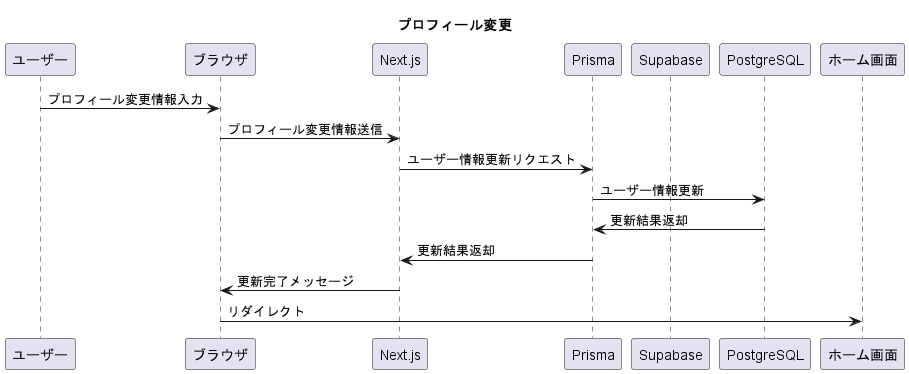
Before: uml/out/angerLog/funcProfile/funcProfile.png, a diagram exported from PlantUML (washogo/angerLogApp).
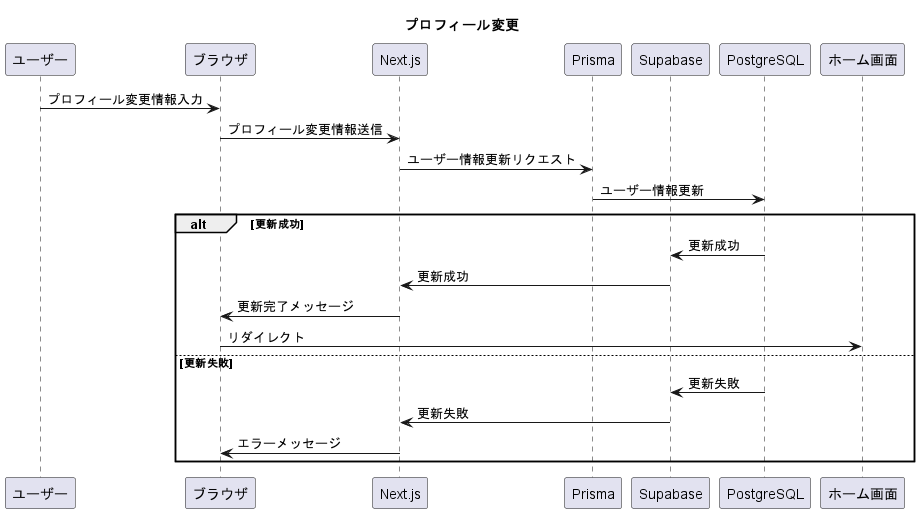
After the commit.

Diff of the diagram source:
```diff
@@ -12,8 +12,14 @@
 ブラウザ -> Next.js: プロフィール変更情報送信
 Next.js -> Prisma: ユーザー情報更新リクエスト
 Prisma -> PostgreSQL: ユーザー情報更新
-PostgreSQL -> Prisma: 更新結果返却
-Prisma -> Next.js: 更新結果返却
-Next.js -> ブラウザ: 更新完了メッセージ
-ブラウザ -> ホーム画面: リダイレクト
+alt 更新成功
+PostgreSQL -> Supabase: 更新成功
+  Supabase -> Next.js: 更新成功
+  Next.js -> ブラウザ: 更新完了メッセージ
+  ブラウザ -> ホーム画面: リダイレクト
+else 更新失敗
+  PostgreSQL -> Supabase: 更新失敗
+  Supabase -> Next.js: 更新失敗
+  Next.js -> ブラウザ: エラーメッセージ
+end
 @enduml
```
